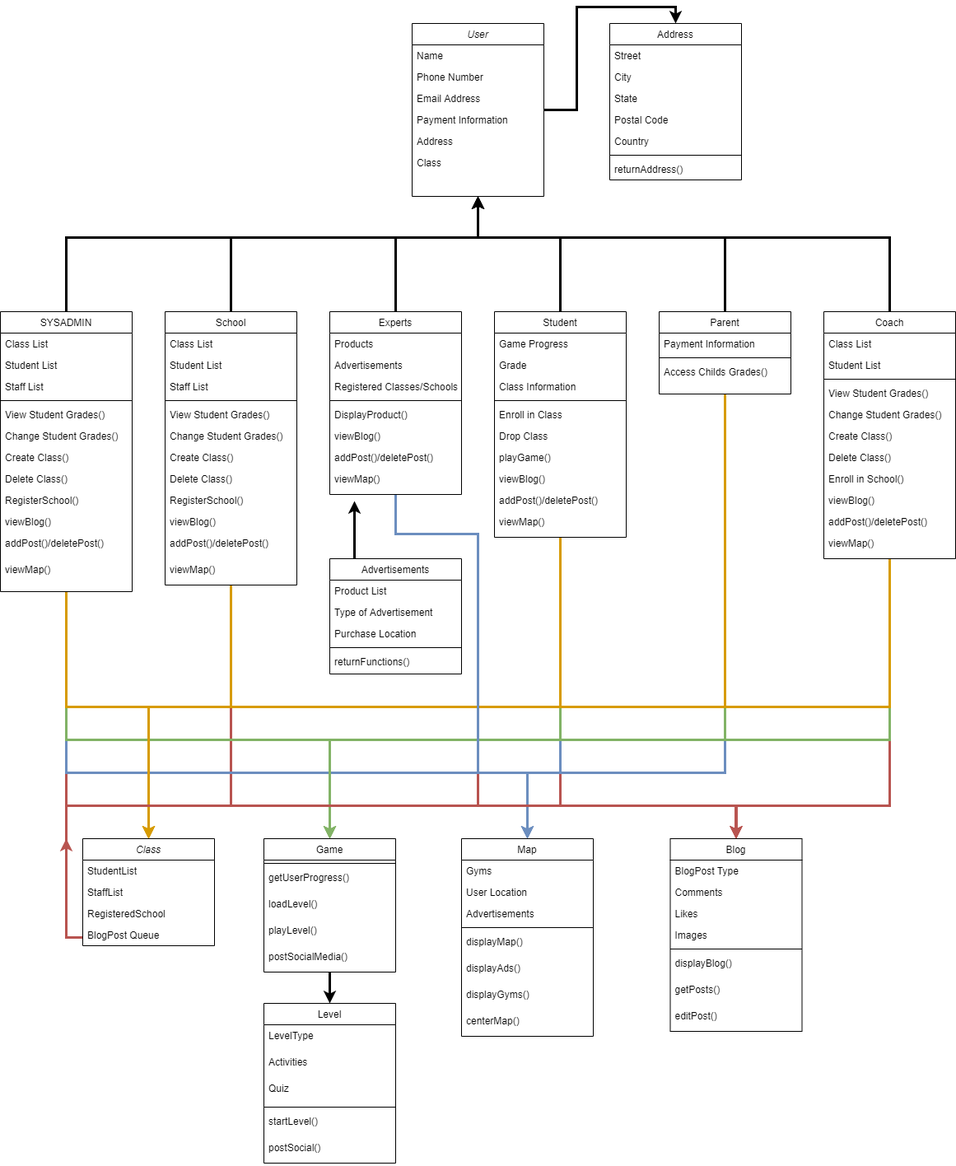
This is Deliverables/Week_4/Class Diagram.png from Hanandrof/Group-3-Repository, a draw.io export, as it was before one commit. Source tidied: cells renumbered, new cells last; positions are measured from the earlier drawing's top-left corner, leaving out a move shared by most shapes.
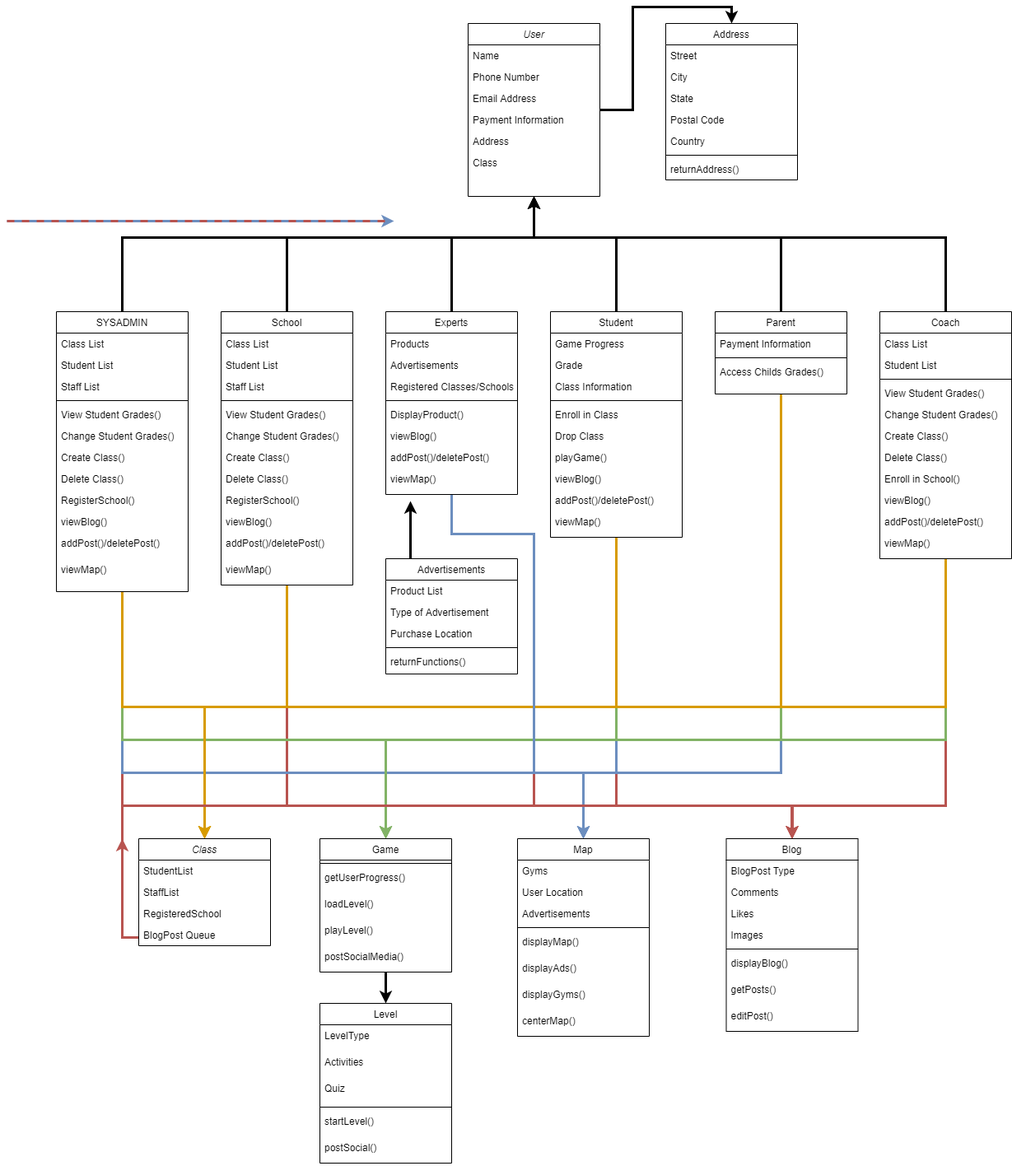
After the commit.

Diff of the diagram source:
```diff
@@ -586,5 +586,17 @@
     <mxCell id="149" value="BlogPost Queue" style="text;align=left;verticalAlign=top;spacingLeft=4;spacingRight=4;overflow=hidden;rounded=0;shadow=0;html=0;" parent="145" vertex="1">
       <mxGeometry y="104" width="160" height="26" as="geometry" />
     </mxCell>
+    <mxCell id="150" style="endArrow=classic;html=1;strokeWidth=3;fillColor=#dae8fc;strokeColor=#6c8ebf;" parent="1" edge="1">
+      <mxGeometry relative="1" as="geometry">
+        <mxPoint x="-60" y="240" as="sourcePoint" />
+        <mxPoint x="410" y="240" as="targetPoint" />
+      </mxGeometry>
+    </mxCell>
+    <mxCell id="151" style="endArrow=none;dashed=1;html=1;strokeWidth=3;fillColor=#f8cecc;strokeColor=#b85450;" parent="1" edge="1">
+      <mxGeometry relative="1" as="geometry">
+        <mxPoint x="-60" y="240" as="sourcePoint" />
+        <mxPoint x="400" y="240" as="targetPoint" />
+      </mxGeometry>
+    </mxCell>
   </root>
 </mxGraphModel>
```
